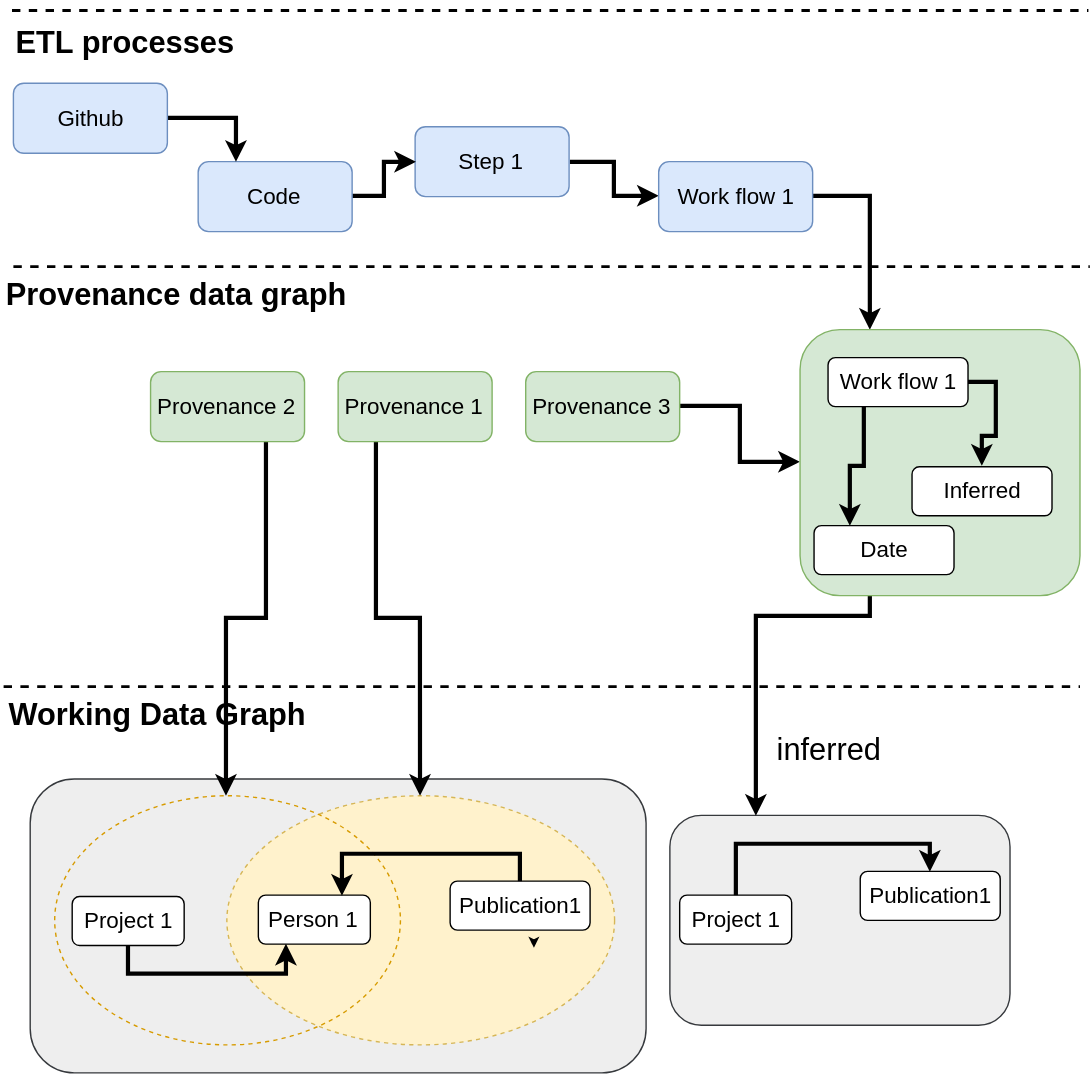
This is images/ontology_usecase.svg from ATTX-project/ATTX-project.github.io, a draw.io export, as it was before one commit. Source tidied: cells renumbered, new cells last; positions are measured from the earlier drawing's top-left corner, leaving out a move shared by most shapes.
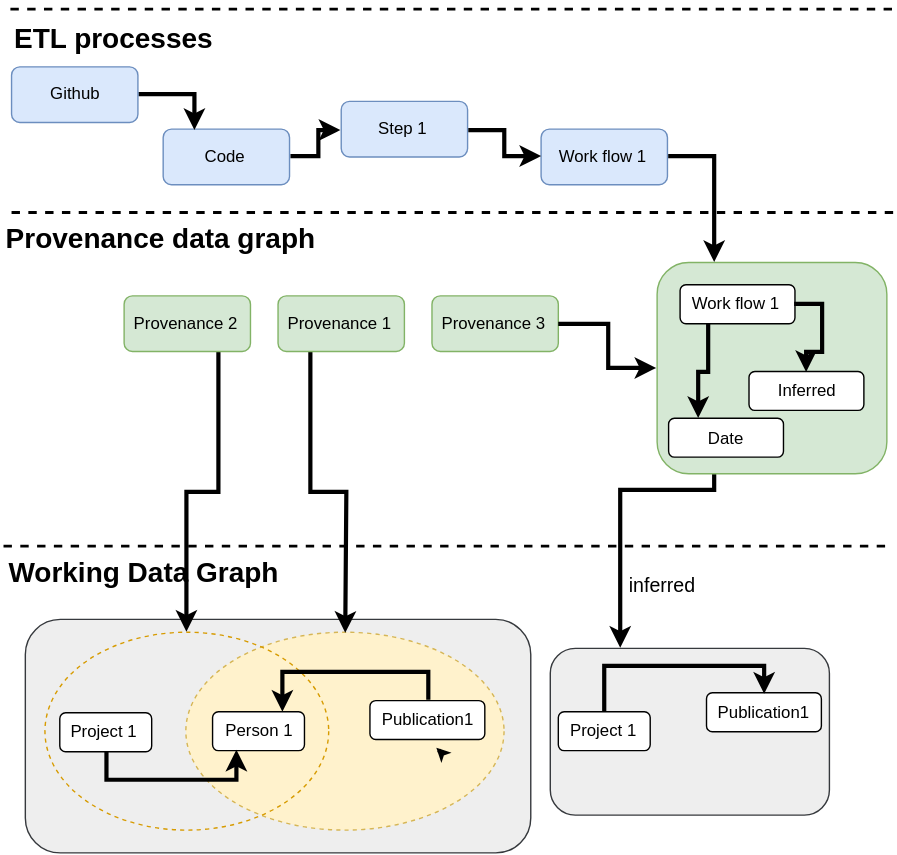
The same file after the commit.

Commit message:
scale down image

The edit, as a diff of the source:
```diff
@@ -2,144 +2,147 @@
   <root>
     <mxCell id="0" />
     <mxCell id="1" parent="0" />
+    <mxCell id="44" style="group;fontSize=12;" parent="1" vertex="1">
+      <mxGeometry x="65" y="157" width="637" height="607" as="geometry" />
+    </mxCell>
-    <mxCell id="2" style="whiteSpace=wrap;html=1;fontSize=16;fillColor=#eeeeee;strokeColor=#36393d;rounded=1;" parent="1" vertex="1">
-      <mxGeometry x="19" y="554" width="440" height="210" as="geometry" />
+    <mxCell id="2" style="whiteSpace=wrap;html=1;fontSize=16;fillColor=#eeeeee;strokeColor=#36393d;rounded=1;" parent="44" vertex="1">
+      <mxGeometry x="15.6" y="440.2" width="361.2" height="166.8" as="geometry" />
     </mxCell>
-    <mxCell id="3" style="ellipse;whiteSpace=wrap;html=1;fontSize=16;fillColor=#fff2cc;dashed=1;strokeColor=#d6b656;" parent="1" vertex="1">
-      <mxGeometry x="159" y="566" width="277" height="178" as="geometry" />
+    <mxCell id="3" style="ellipse;whiteSpace=wrap;html=1;fontSize=16;fillColor=#fff2cc;dashed=1;strokeColor=#d6b656;" parent="44" vertex="1">
+      <mxGeometry x="130.5" y="449.7" width="227.4" height="141.4" as="geometry" />
     </mxCell>
-    <mxCell id="4" style="ellipse;whiteSpace=wrap;html=1;fontSize=16;fillColor=none;dashed=1;strokeColor=#d79b00;" parent="1" vertex="1">
-      <mxGeometry x="36" y="566" width="247" height="178" as="geometry" />
+    <mxCell id="4" style="ellipse;whiteSpace=wrap;html=1;fontSize=16;fillColor=none;dashed=1;strokeColor=#d79b00;" parent="44" vertex="1">
+      <mxGeometry x="29.6" y="449.7" width="202.8" height="141.4" as="geometry" />
     </mxCell>
-    <mxCell id="5" style="edgeStyle=orthogonalEdgeStyle;rounded=0;html=1;exitX=0.5;exitY=1;entryX=0.25;entryY=1;jettySize=auto;strokeWidth=3;fontSize=16;" parent="1" edge="1" source="6" target="7">
-      <mxGeometry relative="1" as="geometry" />
-    </mxCell>
-    <mxCell id="6" value="Project 1" style="rounded=1;whiteSpace=wrap;html=1;fontSize=16;" parent="1" vertex="1">
-      <mxGeometry x="49" y="638" width="80" height="35" as="geometry" />
+    <mxCell id="6" value="Project 1" style="rounded=1;whiteSpace=wrap;html=1;fontSize=12;" parent="44" vertex="1">
+      <mxGeometry x="40.2" y="506.9" width="65.7" height="27.8" as="geometry" />
     </mxCell>
-    <mxCell id="7" value="Person 1" style="rounded=1;whiteSpace=wrap;html=1;fontSize=16;" parent="1" vertex="1">
-      <mxGeometry x="182" y="637" width="80" height="35" as="geometry" />
+    <mxCell id="7" value="Person 1" style="rounded=1;whiteSpace=wrap;html=1;fontSize=12;" parent="44" vertex="1">
+      <mxGeometry x="149.4" y="506.1" width="65.7" height="27.8" as="geometry" />
     </mxCell>
+    <mxCell id="5" style="edgeStyle=orthogonalEdgeStyle;rounded=0;html=1;exitX=0.5;exitY=1;entryX=0.25;entryY=1;jettySize=auto;strokeWidth=3;fontSize=16;" parent="44" edge="1" source="6" target="7">
+      <mxGeometry relative="1" as="geometry" />
+    </mxCell>
-    <mxCell id="8" style="edgeStyle=orthogonalEdgeStyle;rounded=0;html=1;exitX=0.5;exitY=0;entryX=0.75;entryY=0;jettySize=auto;strokeWidth=3;fontSize=16;" parent="1" edge="1" source="9" target="7">
+    <mxCell id="8" style="edgeStyle=orthogonalEdgeStyle;rounded=0;html=1;exitX=0.5;exitY=0;entryX=0.75;entryY=0;jettySize=auto;strokeWidth=3;fontSize=16;" parent="44" edge="1" source="9" target="7">
       <mxGeometry relative="1" as="geometry" />
     </mxCell>
-    <mxCell id="9" value="Publication1" style="rounded=1;whiteSpace=wrap;html=1;fontSize=16;" parent="1" vertex="1">
-      <mxGeometry x="319" y="627" width="100" height="35" as="geometry" />
+    <mxCell id="9" value="Publication1" style="rounded=1;whiteSpace=wrap;html=1;fontSize=12;" parent="44" vertex="1">
+      <mxGeometry x="261.9" y="498.2" width="82.1" height="27.8" as="geometry" />
     </mxCell>
+    <mxCell id="11" value="Step 1" style="rounded=1;whiteSpace=wrap;html=1;fillColor=#dae8fc;fontSize=12;strokeColor=#6c8ebf;" parent="44" vertex="1">
+      <mxGeometry x="241.3" y="69.9" width="90.3" height="39.7" as="geometry" />
+    </mxCell>
+    <mxCell id="13" value="Work flow 1" style="rounded=1;whiteSpace=wrap;html=1;fillColor=#dae8fc;fontSize=12;strokeColor=#6c8ebf;" parent="44" vertex="1">
+      <mxGeometry x="384.2" y="89.8" width="90.3" height="39.7" as="geometry" />
+    </mxCell>
-    <mxCell id="10" style="edgeStyle=orthogonalEdgeStyle;rounded=0;html=1;exitX=1;exitY=0.5;jettySize=auto;strokeWidth=3;fontSize=22;" parent="1" edge="1" source="11" target="13">
+    <mxCell id="10" style="edgeStyle=orthogonalEdgeStyle;rounded=0;html=1;exitX=1;exitY=0.5;jettySize=auto;strokeWidth=3;fontSize=22;" parent="44" edge="1" source="11" target="13">
       <mxGeometry relative="1" as="geometry" />
     </mxCell>
-    <mxCell id="11" value="Step 1" style="rounded=1;whiteSpace=wrap;html=1;fillColor=#dae8fc;fontSize=16;strokeColor=#6c8ebf;" parent="1" vertex="1">
-      <mxGeometry x="294" y="88" width="110" height="50" as="geometry" />
-    </mxCell>
-    <mxCell id="12" style="edgeStyle=orthogonalEdgeStyle;rounded=0;html=1;exitX=1;exitY=0.5;entryX=0.25;entryY=0;jettySize=auto;strokeWidth=3;fontSize=16;" parent="1" edge="1" source="13" target="29">
-      <mxGeometry relative="1" as="geometry" />
-    </mxCell>
-    <mxCell id="13" value="Work flow 1" style="rounded=1;whiteSpace=wrap;html=1;fillColor=#dae8fc;fontSize=16;strokeColor=#6c8ebf;" parent="1" vertex="1">
-      <mxGeometry x="468" y="113" width="110" height="50" as="geometry" />
-    </mxCell>
-    <mxCell id="14" style="edgeStyle=orthogonalEdgeStyle;rounded=0;html=1;exitX=0.75;exitY=1;entryX=0.5;entryY=0;jettySize=auto;strokeWidth=3;fontSize=22;" parent="1" edge="1" source="15" target="4">
+    <mxCell id="14" style="edgeStyle=orthogonalEdgeStyle;rounded=0;html=1;exitX=0.75;exitY=1;entryX=0.5;entryY=0;jettySize=auto;strokeWidth=3;fontSize=22;" parent="44" edge="1" source="15" target="4">
       <mxGeometry relative="1" as="geometry">
         <Array as="points">
-          <mxPoint x="187" y="439" />
-          <mxPoint x="159" y="439" />
+          <mxPoint x="153.5" y="348.8" />
+          <mxPoint x="130.5" y="348.8" />
         </Array>
       </mxGeometry>
     </mxCell>
-    <mxCell id="15" value="Provenance 2" style="rounded=1;whiteSpace=wrap;html=1;fillColor=#d5e8d4;fontSize=16;strokeColor=#82b366;" parent="1" vertex="1">
-      <mxGeometry x="105" y="263" width="110" height="50" as="geometry" />
+    <mxCell id="15" value="Provenance 2" style="rounded=1;whiteSpace=wrap;html=1;fillColor=#d5e8d4;fontSize=12;strokeColor=#82b366;" parent="44" vertex="1">
+      <mxGeometry x="86.2" y="209" width="90.3" height="39.7" as="geometry" />
     </mxCell>
-    <mxCell id="16" style="edgeStyle=orthogonalEdgeStyle;rounded=0;html=1;exitX=0.25;exitY=1;jettySize=auto;strokeWidth=3;fontSize=16;" parent="1" edge="1" source="17" target="3">
+    <mxCell id="16" style="edgeStyle=orthogonalEdgeStyle;rounded=0;html=1;exitX=0.25;exitY=1;jettySize=auto;strokeWidth=3;fontSize=16;" parent="44" edge="1" source="17" target="3">
       <mxGeometry relative="1" as="geometry" />
     </mxCell>
-    <mxCell id="17" value="Provenance 1" style="rounded=1;whiteSpace=wrap;html=1;fillColor=#d5e8d4;fontSize=16;strokeColor=#82b366;" parent="1" vertex="1">
-      <mxGeometry x="239" y="263" width="110" height="50" as="geometry" />
+    <mxCell id="17" value="Provenance 1" style="rounded=1;whiteSpace=wrap;html=1;fillColor=#d5e8d4;fontSize=12;strokeColor=#82b366;" parent="44" vertex="1">
+      <mxGeometry x="196.2" y="209" width="90.3" height="39.7" as="geometry" />
     </mxCell>
-    <mxCell id="18" style="whiteSpace=wrap;html=1;fontSize=16;fillColor=#eeeeee;strokeColor=#36393d;rounded=1;" parent="1" vertex="1">
-      <mxGeometry x="476" y="580" width="243" height="150" as="geometry" />
+    <mxCell id="18" style="whiteSpace=wrap;html=1;fontSize=16;fillColor=#eeeeee;strokeColor=#36393d;rounded=1;" parent="44" vertex="1">
+      <mxGeometry x="390.7" y="460.8" width="199.5" height="119.2" as="geometry" />
     </mxCell>
-    <mxCell id="19" style="edgeStyle=orthogonalEdgeStyle;rounded=0;html=1;exitX=0.5;exitY=0;entryX=0.5;entryY=0;jettySize=auto;strokeWidth=3;fontSize=16;" parent="1" edge="1" source="20" target="23">
-      <mxGeometry relative="1" as="geometry" />
-    </mxCell>
-    <mxCell id="20" value="Project 1" style="rounded=1;whiteSpace=wrap;html=1;fontSize=16;" parent="1" vertex="1">
-      <mxGeometry x="483" y="637" width="80" height="35" as="geometry" />
+    <mxCell id="20" value="Project 1" style="rounded=1;whiteSpace=wrap;html=1;fontSize=12;" parent="44" vertex="1">
+      <mxGeometry x="396.5" y="506.1" width="65.7" height="27.8" as="geometry" />
     </mxCell>
-    <mxCell id="21" style="edgeStyle=orthogonalEdgeStyle;rounded=0;html=1;exitX=0.5;exitY=1;entryX=0.5;entryY=1;jettySize=auto;orthogonalLoop=1;strokeWidth=3;fontSize=16;" parent="1" edge="1" source="9" target="9">
+    <mxCell id="21" style="edgeStyle=orthogonalEdgeStyle;rounded=0;html=1;exitX=0.5;exitY=1;entryX=0.5;entryY=1;jettySize=auto;orthogonalLoop=1;strokeWidth=3;fontSize=16;" parent="44" edge="1" source="9" target="9">
       <mxGeometry relative="1" as="geometry" />
     </mxCell>
-    <mxCell id="22" style="edgeStyle=orthogonalEdgeStyle;rounded=0;html=1;exitX=0.5;exitY=1;entryX=0.5;entryY=1;jettySize=auto;orthogonalLoop=1;strokeWidth=3;fontSize=16;" parent="1" edge="1">
-      <mxGeometry x="399.9" y="784.6" as="geometry">
-        <mxPoint x="378.9" y="671.6" as="sourcePoint" />
-        <mxPoint x="378.9" y="671.6" as="targetPoint" />
+    <mxCell id="22" style="edgeStyle=orthogonalEdgeStyle;rounded=0;html=1;exitX=0.5;exitY=1;entryX=0.5;entryY=1;jettySize=auto;orthogonalLoop=1;strokeWidth=3;fontSize=16;" parent="44" edge="1">
+      <mxGeometry x="311" y="533.6" as="geometry">
+        <mxPoint x="311" y="533.6" as="sourcePoint" />
+        <mxPoint x="311" y="533.6" as="targetPoint" />
       </mxGeometry>
     </mxCell>
-    <mxCell id="23" value="Publication1" style="rounded=1;whiteSpace=wrap;html=1;fontSize=16;" parent="1" vertex="1">
-      <mxGeometry x="612" y="620" width="100" height="35" as="geometry" />
+    <mxCell id="23" value="Publication1" style="rounded=1;whiteSpace=wrap;html=1;fontSize=12;" parent="44" vertex="1">
+      <mxGeometry x="502.4" y="492.6" width="82.1" height="27.8" as="geometry" />
     </mxCell>
+    <mxCell id="19" style="edgeStyle=orthogonalEdgeStyle;rounded=0;html=1;exitX=0.5;exitY=0;entryX=0.5;entryY=0;jettySize=auto;strokeWidth=3;fontSize=16;" parent="44" edge="1" source="20" target="23">
+      <mxGeometry relative="1" as="geometry" />
+    </mxCell>
-    <mxCell id="24" style="edgeStyle=orthogonalEdgeStyle;rounded=0;html=1;exitX=1;exitY=0.5;entryX=0;entryY=0.5;jettySize=auto;strokeWidth=3;fontSize=22;" parent="1" edge="1" source="25" target="11">
+    <mxCell id="24" style="edgeStyle=orthogonalEdgeStyle;rounded=0;html=1;exitX=1;exitY=0.5;entryX=0;entryY=0.5;jettySize=auto;strokeWidth=3;fontSize=22;" parent="44" edge="1" source="25" target="11">
       <mxGeometry relative="1" as="geometry" />
     </mxCell>
-    <mxCell id="25" value="Code" style="rounded=1;whiteSpace=wrap;html=1;fillColor=#dae8fc;fontSize=16;strokeColor=#6c8ebf;" parent="1" vertex="1">
-      <mxGeometry x="139" y="113" width="110" height="50" as="geometry" />
+    <mxCell id="25" value="Code" style="rounded=1;whiteSpace=wrap;html=1;fillColor=#dae8fc;fontSize=12;strokeColor=#6c8ebf;" parent="44" vertex="1">
+      <mxGeometry x="114.1" y="89.8" width="90.3" height="39.7" as="geometry" />
     </mxCell>
-    <mxCell id="26" style="edgeStyle=orthogonalEdgeStyle;rounded=0;html=1;exitX=1;exitY=0.5;entryX=0;entryY=0.5;jettySize=auto;strokeWidth=3;fontSize=22;" parent="1" edge="1" source="27" target="29">
-      <mxGeometry relative="1" as="geometry" />
-    </mxCell>
-    <mxCell id="27" value="Provenance 3" style="rounded=1;whiteSpace=wrap;html=1;fillColor=#d5e8d4;fontSize=16;strokeColor=#82b366;" parent="1" vertex="1">
-      <mxGeometry x="373" y="263" width="110" height="50" as="geometry" />
+    <mxCell id="27" value="Provenance 3" style="rounded=1;whiteSpace=wrap;html=1;fillColor=#d5e8d4;fontSize=12;strokeColor=#82b366;" parent="44" vertex="1">
+      <mxGeometry x="306.2" y="209" width="90.3" height="39.7" as="geometry" />
     </mxCell>
-    <mxCell id="28" style="edgeStyle=orthogonalEdgeStyle;rounded=0;html=1;exitX=0.25;exitY=1;entryX=0.25;entryY=0;jettySize=auto;strokeWidth=3;fontSize=22;" parent="1" edge="1" source="29" target="18">
+    <mxCell id="28" style="edgeStyle=orthogonalEdgeStyle;rounded=0;html=1;exitX=0.25;exitY=1;entryX=0.25;entryY=0;jettySize=auto;strokeWidth=3;fontSize=22;" parent="44" edge="1" source="29" target="18">
       <mxGeometry relative="1" as="geometry">
         <Array as="points">
-          <mxPoint x="619" y="437" />
-          <mxPoint x="537" y="437" />
+          <mxPoint x="508.1" y="347.2" />
+          <mxPoint x="440.8" y="347.2" />
         </Array>
       </mxGeometry>
     </mxCell>
-    <mxCell id="29" style="whiteSpace=wrap;html=1;fillColor=#d5e8d4;fontSize=16;strokeColor=#82b366;rounded=1;" parent="1" vertex="1">
-      <mxGeometry x="569" y="233" width="200" height="190" as="geometry" />
+    <mxCell id="29" style="whiteSpace=wrap;html=1;fillColor=#d5e8d4;fontSize=16;strokeColor=#82b366;rounded=1;" parent="44" vertex="1">
+      <mxGeometry x="467.1" y="185.1" width="164.2" height="151" as="geometry" />
     </mxCell>
-    <mxCell id="30" style="edgeStyle=orthogonalEdgeStyle;rounded=0;html=1;exitX=1;exitY=0.5;entryX=0.5;entryY=0;jettySize=auto;strokeWidth=3;fontSize=16;" parent="1" edge="1" source="32" target="34">
-      <mxGeometry relative="1" as="geometry" />
-    </mxCell>
+    <mxCell id="12" style="edgeStyle=orthogonalEdgeStyle;rounded=0;html=1;exitX=1;exitY=0.5;entryX=0.25;entryY=0;jettySize=auto;strokeWidth=3;fontSize=16;" parent="44" edge="1" source="13" target="29">
+      <mxGeometry relative="1" as="geometry" />
+    </mxCell>
+    <mxCell id="32" value="Work flow 1" style="rounded=1;whiteSpace=wrap;html=1;fontSize=12;" parent="44" vertex="1">
+      <mxGeometry x="483.5" y="201" width="82.1" height="27.8" as="geometry" />
+    </mxCell>
+    <mxCell id="26" style="edgeStyle=orthogonalEdgeStyle;rounded=0;html=1;exitX=1;exitY=0.5;entryX=0;entryY=0.5;jettySize=auto;strokeWidth=3;fontSize=22;" parent="44" edge="1" source="27" target="29">
+      <mxGeometry relative="1" as="geometry" />
+    </mxCell>
+    <mxCell id="33" value="Date" style="rounded=1;whiteSpace=wrap;html=1;fontSize=12;" parent="44" vertex="1">
+      <mxGeometry x="475.3" y="296.3" width="82.1" height="27.8" as="geometry" />
+    </mxCell>
-    <mxCell id="31" style="edgeStyle=orthogonalEdgeStyle;rounded=0;html=1;exitX=0.25;exitY=1;entryX=0.25;entryY=0;jettySize=auto;strokeWidth=3;fontSize=16;" parent="1" edge="1" source="32" target="33">
+    <mxCell id="31" style="edgeStyle=orthogonalEdgeStyle;rounded=0;html=1;exitX=0.25;exitY=1;entryX=0.25;entryY=0;jettySize=auto;strokeWidth=3;fontSize=16;" parent="44" edge="1" source="32" target="33">
       <mxGeometry relative="1" as="geometry" />
     </mxCell>
-    <mxCell id="32" value="Work flow 1" style="rounded=1;whiteSpace=wrap;html=1;fontSize=16;" parent="1" vertex="1">
-      <mxGeometry x="589" y="253" width="100" height="35" as="geometry" />
-    </mxCell>
-    <mxCell id="33" value="Date" style="rounded=1;whiteSpace=wrap;html=1;fontSize=16;" parent="1" vertex="1">
-      <mxGeometry x="579" y="373" width="100" height="35" as="geometry" />
-    </mxCell>
-    <mxCell id="34" value="Inferred" style="rounded=1;whiteSpace=wrap;html=1;fontSize=16;" parent="1" vertex="1">
-      <mxGeometry x="649" y="331" width="100" height="35" as="geometry" />
+    <mxCell id="34" value="Inferred" style="rounded=1;whiteSpace=wrap;html=1;fontSize=12;" parent="44" vertex="1">
+      <mxGeometry x="532.7" y="263" width="82.1" height="27.8" as="geometry" />
     </mxCell>
-    <mxCell id="35" style="line;strokeWidth=2;html=1;fillColor=none;fontSize=16;dashed=1;" parent="1" vertex="1">
-      <mxGeometry y="483" width="769" height="10" as="geometry" />
+    <mxCell id="35" style="line;strokeWidth=2;html=1;fillColor=none;fontSize=16;dashed=1;" parent="44" vertex="1">
+      <mxGeometry y="383.7" width="631.3" height="7.9" as="geometry" />
     </mxCell>
-    <mxCell id="36" style="line;strokeWidth=2;html=1;fillColor=none;fontSize=16;dashed=1;" parent="1" vertex="1">
-      <mxGeometry x="7" y="183" width="769" height="10" as="geometry" />
+    <mxCell id="36" style="line;strokeWidth=2;html=1;fillColor=none;fontSize=16;dashed=1;" parent="44" vertex="1">
+      <mxGeometry x="5.7" y="145.4" width="631.3" height="7.9" as="geometry" />
     </mxCell>
-    <mxCell id="37" value="Provenance data graph" style="text;html=1;align=left;verticalAlign=top;spacingTop=-4;fontSize=22;fontStyle=1;" parent="1" vertex="1">
-      <mxGeometry y="193" width="240" height="30" as="geometry" />
+    <mxCell id="37" value="Provenance data graph" style="text;html=1;align=left;verticalAlign=top;spacingTop=-4;fontSize=20;fontStyle=1;" parent="44" vertex="1">
+      <mxGeometry y="153.3" width="240" height="30" as="geometry" />
     </mxCell>
-    <mxCell id="38" value="ETL processes&amp;nbsp;" style="text;html=1;align=left;verticalAlign=top;spacingTop=-4;fontSize=22;fontStyle=1;" parent="1" vertex="1">
-      <mxGeometry x="7" y="13" width="170" height="30" as="geometry" />
+    <mxCell id="38" value="ETL processes&amp;nbsp;" style="text;html=1;align=left;verticalAlign=top;spacingTop=-4;fontSize=20;fontStyle=1;" parent="44" vertex="1">
+      <mxGeometry x="5.7" y="10.3" width="170" height="30" as="geometry" />
     </mxCell>
-    <mxCell id="39" style="line;strokeWidth=2;html=1;fillColor=none;fontSize=16;dashed=1;" parent="1" vertex="1">
-      <mxGeometry x="6" width="769" height="10" as="geometry" />
+    <mxCell id="39" style="line;strokeWidth=2;html=1;fillColor=none;fontSize=16;dashed=1;" parent="44" vertex="1">
+      <mxGeometry x="4.9" width="631.3" height="7.9" as="geometry" />
     </mxCell>
-    <mxCell id="40" value="Working Data Graph" style="text;html=1;align=left;verticalAlign=top;spacingTop=-4;fontSize=22;fontStyle=1;" parent="1" vertex="1">
-      <mxGeometry x="2" y="493" width="220" height="30" as="geometry" />
+    <mxCell id="40" value="Working Data Graph" style="text;html=1;align=left;verticalAlign=top;spacingTop=-4;fontSize=20;fontStyle=1;" parent="44" vertex="1">
+      <mxGeometry x="1.6" y="391.7" width="220" height="30" as="geometry" />
     </mxCell>
-    <mxCell id="41" value="inferred" style="text;html=1;strokeColor=none;fillColor=none;align=center;verticalAlign=middle;whiteSpace=wrap;dashed=1;fontSize=22;" parent="1" vertex="1">
-      <mxGeometry x="569" y="523" width="40" height="20" as="geometry" />
+    <mxCell id="41" value="inferred" style="text;html=1;strokeColor=none;fillColor=none;align=center;verticalAlign=middle;whiteSpace=wrap;dashed=1;fontSize=14;" parent="44" vertex="1">
+      <mxGeometry x="455.1" y="407.5" width="32.8" height="15.9" as="geometry" />
     </mxCell>
-    <mxCell id="42" style="edgeStyle=orthogonalEdgeStyle;rounded=0;html=1;exitX=1;exitY=0.5;entryX=0.25;entryY=0;jettySize=auto;strokeWidth=3;fontSize=21;" parent="1" edge="1" source="43" target="25">
+    <mxCell id="42" style="edgeStyle=orthogonalEdgeStyle;rounded=0;html=1;exitX=1;exitY=0.5;entryX=0.25;entryY=0;jettySize=auto;strokeWidth=3;fontSize=21;" parent="44" edge="1" source="43" target="25">
       <mxGeometry relative="1" as="geometry" />
     </mxCell>
-    <mxCell id="43" value="Github" style="rounded=1;whiteSpace=wrap;html=1;fillColor=#dae8fc;fontSize=16;strokeColor=#6c8ebf;" parent="1" vertex="1">
-      <mxGeometry x="7" y="57" width="110" height="50" as="geometry" />
+    <mxCell id="43" value="Github" style="rounded=1;whiteSpace=wrap;html=1;fillColor=#dae8fc;fontSize=12;strokeColor=#6c8ebf;" parent="44" vertex="1">
+      <mxGeometry x="5.7" y="45.3" width="90.3" height="39.7" as="geometry" />
     </mxCell>
+    <mxCell id="30" style="edgeStyle=orthogonalEdgeStyle;rounded=0;html=1;exitX=1;exitY=0.5;entryX=0.5;entryY=0;jettySize=auto;strokeWidth=3;fontSize=16;" parent="44" edge="1" source="32" target="34">
+      <mxGeometry relative="1" as="geometry" />
+    </mxCell>
   </root>
 </mxGraphModel>
```
